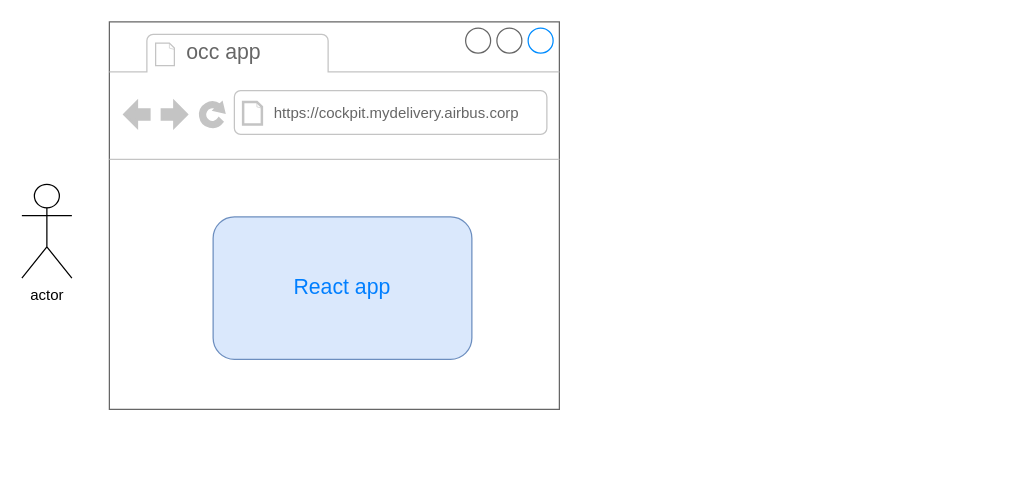
Earlier version of the draw.io diagram perf-myad-Diagram.drawio (claytonbrown/aws-drawing). Source tidied: cells renumbered, new cells numbered last; positions are measured from the earlier drawing's top-left corner, leaving out a move shared by most shapes. Both pictures are drawn from the tidied source at 125%, with x=0, y=0 at pixel (21, 21).
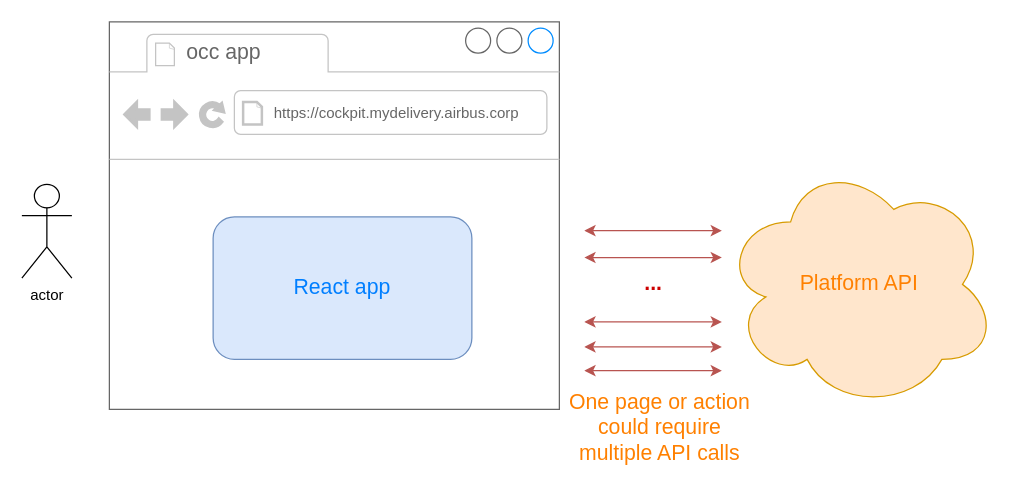
After the change.

What changed in the source:
```diff
@@
 <mxGraphModel>
   <root>
     <mxCell id="0" />
     <mxCell id="1" parent="0" />
     <mxCell id="2" value="actor" style="shape=umlActor;verticalLabelPosition=bottom;labelBackgroundColor=#ffffff;verticalAlign=top;html=1;" parent="1" vertex="1">
       <mxGeometry y="130" width="40" height="75" as="geometry" />
     </mxCell>
     <mxCell id="3" style="strokeWidth=1;shadow=0;dashed=0;align=center;html=1;shape=mxgraph.mockup.containers.browserWindow;rSize=0;strokeColor=#666666;strokeColor2=#008cff;strokeColor3=#c4c4c4;mainText=,;" parent="1" vertex="1">
       <mxGeometry x="70" width="360" height="310" as="geometry" />
     </mxCell>
     <mxCell id="4" value="occ app" style="strokeWidth=1;shadow=0;dashed=0;align=center;html=1;shape=mxgraph.mockup.containers.anchor;fontSize=17;fontColor=#666666;align=left;" parent="3" vertex="1">
       <mxGeometry x="60" y="12" width="110" height="26" as="geometry" />
     </mxCell>
     <mxCell id="5" value="https://cockpit.mydelivery.airbus.corp" style="strokeWidth=1;shadow=0;dashed=0;align=center;html=1;shape=mxgraph.mockup.containers.anchor;rSize=0;fontSize=12;fontColor=#666666;align=left;" parent="3" vertex="1">
       <mxGeometry x="130" y="60" width="250" height="26" as="geometry" />
     </mxCell>
     <mxCell id="6" value="React app" style="rounded=1;whiteSpace=wrap;html=1;fontSize=17;fillColor=#dae8fc;strokeColor=#6c8ebf;fontColor=#007FFF;" parent="3" vertex="1">
       <mxGeometry x="83" y="156" width="207" height="114" as="geometry" />
     </mxCell>
+    <mxCell id="7" value="Platform API" style="ellipse;shape=cloud;whiteSpace=wrap;html=1;fontSize=17;fillColor=#ffe6cc;strokeColor=#d79b00;fontColor=#FF8000;" parent="1" vertex="1">
+      <mxGeometry x="560" y="110" width="220" height="200" as="geometry" />
+    </mxCell>
+    <mxCell id="8" style="endArrow=classic;startArrow=classic;html=1;fontSize=17;fontColor=#007FFF;fillColor=#f8cecc;strokeColor=#b85450;" parent="1" edge="1">
+      <mxGeometry relative="1" as="geometry">
+        <mxPoint x="450" y="167" as="sourcePoint" />
+        <mxPoint x="560" y="167" as="targetPoint" />
+      </mxGeometry>
+    </mxCell>
+    <mxCell id="9" style="endArrow=classic;startArrow=classic;html=1;fontSize=17;fontColor=#007FFF;fillColor=#f8cecc;strokeColor=#b85450;" parent="1" edge="1">
+      <mxGeometry relative="1" as="geometry">
+        <mxPoint x="450" y="188.5" as="sourcePoint" />
+        <mxPoint x="560" y="188.5" as="targetPoint" />
+      </mxGeometry>
+    </mxCell>
+    <mxCell id="10" style="endArrow=classic;startArrow=classic;html=1;fontSize=17;fontColor=#007FFF;fillColor=#f8cecc;strokeColor=#b85450;" parent="1" edge="1">
+      <mxGeometry relative="1" as="geometry">
+        <mxPoint x="450" y="240" as="sourcePoint" />
+        <mxPoint x="560" y="240" as="targetPoint" />
+      </mxGeometry>
+    </mxCell>
+    <mxCell id="11" style="endArrow=classic;startArrow=classic;html=1;fontSize=17;fontColor=#007FFF;fillColor=#f8cecc;strokeColor=#b85450;" parent="1" edge="1">
+      <mxGeometry relative="1" as="geometry">
+        <mxPoint x="450" y="260" as="sourcePoint" />
+        <mxPoint x="560" y="260" as="targetPoint" />
+      </mxGeometry>
+    </mxCell>
+    <mxCell id="12" style="endArrow=classic;startArrow=classic;html=1;fontSize=17;fontColor=#007FFF;fillColor=#f8cecc;strokeColor=#b85450;" parent="1" edge="1">
+      <mxGeometry relative="1" as="geometry">
+        <mxPoint x="450" y="279" as="sourcePoint" />
+        <mxPoint x="560" y="279" as="targetPoint" />
+      </mxGeometry>
+    </mxCell>
+    <mxCell id="13" value="&lt;b&gt;&lt;font color=&quot;#cc0000&quot;&gt;...&lt;/font&gt;&lt;/b&gt;" style="text;html=1;align=center;verticalAlign=middle;fontSize=17;fontColor=#007FFF;" parent="1" vertex="1">
+      <mxGeometry x="490" y="195" width="30" height="30" as="geometry" />
+    </mxCell>
+    <mxCell id="14" value="One page or action &lt;br&gt;could require &lt;br&gt;multiple API calls" style="text;html=1;align=center;verticalAlign=middle;fontSize=17;fontColor=#FF8000;" parent="1" vertex="1">
+      <mxGeometry x="430" y="290" width="160" height="70" as="geometry" />
+    </mxCell>
   </root>
 </mxGraphModel>
```
